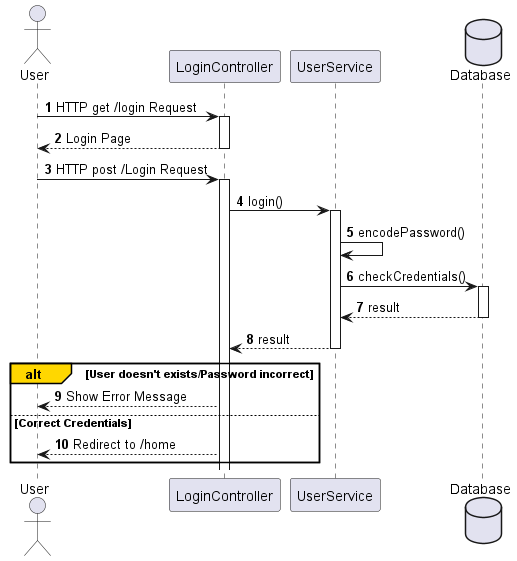
Before: Login_Sequence_Diagram.png, a diagram exported from PlantUML (ikolton/MOproject).
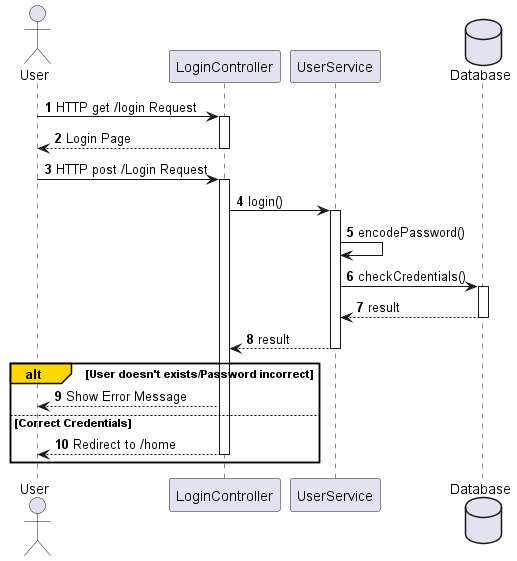
The same diagram one commit later.

Change to the diagram source:
```diff
@@ -28,6 +28,7 @@
 else Correct Credentials
 
     LC --> U: Redirect to /home
+    deactivate LC
 end
 
 @enduml
```
